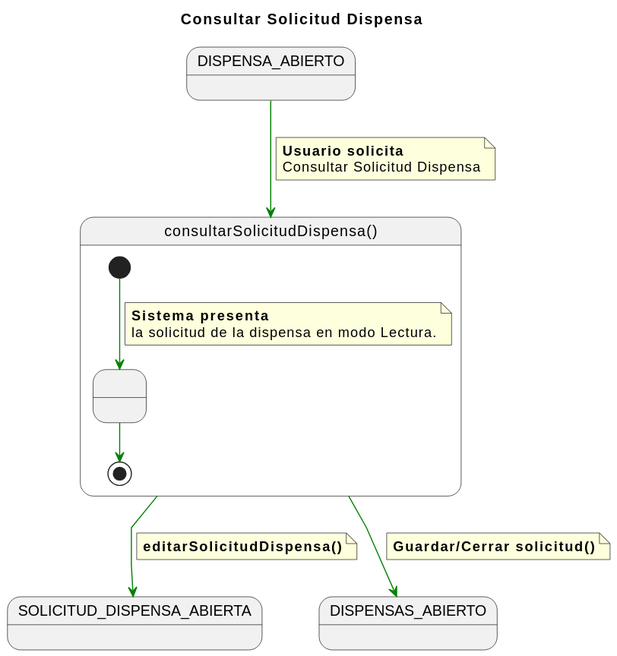
Earlier version of the PlantUML export documents/CasosDeUso/DetalladoCasosDeUso/Secretaria/consultarSolicitudDispensa.svg (enmabry/25-26-IdSw1-SdR).
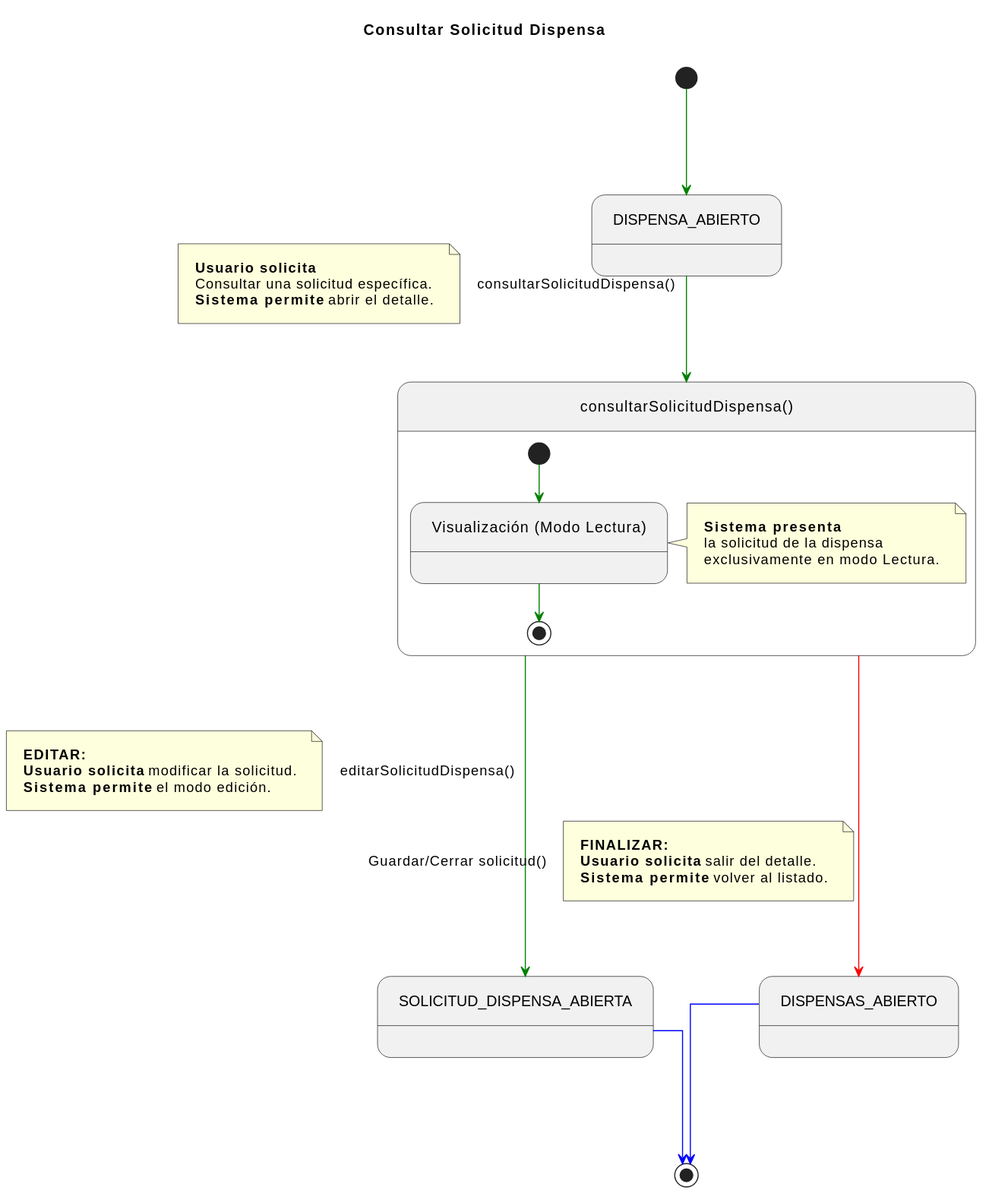
The same diagram one commit later.

The edit, as a diff of the source:
```diff
@@ -1,39 +1,53 @@
 @startuml
 title Consultar Solicitud Dispensa
 
-skinparam linetype polyline
+skinparam nodesep 100
+skinparam ranksep 100
+skinparam linetype ortho
+skinparam Padding 10
 
-state startState as "DISPENSA_ABIERTO"
-state endState1 as "SOLICITUD_DISPENSA_ABIERTA"
-state endState2 as "DISPENSAS_ABIERTO"
+state DISPENSA_ABIERTO_INICIAL  as "DISPENSA_ABIERTO"
+state CONSULTAR_DISPENSA_COMP   as "consultarSolicitudDispensa()"
+state SOLICITUD_DISPENSA_EDITAR as "SOLICITUD_DISPENSA_ABIERTA"
+state DISPENSAS_ABIERTO_FINAL   as "DISPENSAS_ABIERTO"
 
-startState -[#green]-> consultarSolicitudDispensa
-note on link
+[*] -[#green]-> DISPENSA_ABIERTO_INICIAL
+
+DISPENSA_ABIERTO_INICIAL -[#green]-> CONSULTAR_DISPENSA_COMP : consultarSolicitudDispensa()
+note left on link
     <b>Usuario solicita</b>
-    Consultar Solicitud Dispensa
+    Consultar una solicitud específica.
+    <b>Sistema permite</b> abrir el detalle.
 end note
 
-state consultarSolicitudDispensa as "consultarSolicitudDispensa()" {
-    state MostrarSolicitud as " "
+state CONSULTAR_DISPENSA_COMP {
+    state MostrarSolicitud as "Visualización (Modo Lectura)"
 
     [*] -[#green]-> MostrarSolicitud
-    note on link
+
+    note right of MostrarSolicitud
         <b>Sistema presenta</b>
-        la solicitud de la dispensa en modo Lectura.
+        la solicitud de la dispensa
+        exclusivamente en modo Lectura.
     end note
 
     MostrarSolicitud -[#green]-> [*]
 }
 
-
-consultarSolicitudDispensa -[#green]-> endState1
-note on link
-    <b>editarSolicitudDispensa()</b>
+CONSULTAR_DISPENSA_COMP -[#green]---> SOLICITUD_DISPENSA_EDITAR : editarSolicitudDispensa()
+note left on link
+    <b>EDITAR:</b>
+    <b>Usuario solicita</b> modificar la solicitud.
+    <b>Sistema permite</b> el modo edición.
 end note
 
-consultarSolicitudDispensa -[#green]-> endState2
-note on link
-    <b>Guardar/Cerrar solicitud()</b>
+CONSULTAR_DISPENSA_COMP -[#red]---> DISPENSAS_ABIERTO_FINAL : Guardar/Cerrar solicitud()
+note right on link
+    <b>FINALIZAR:</b>
+    <b>Usuario solicita</b> salir del detalle.
+    <b>Sistema permite</b> volver al listado.
 end note
 
-@endumal
+SOLICITUD_DISPENSA_EDITAR -[#blue]-> [*]
+DISPENSAS_ABIERTO_FINAL -[#blue]-> [*]
+@enduml
```
